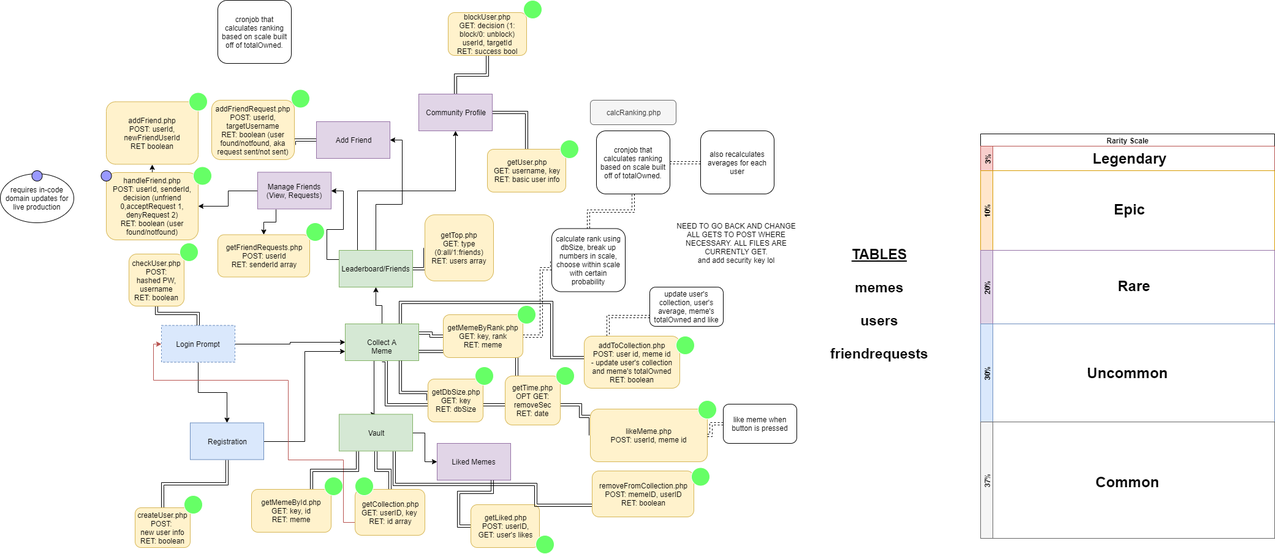
cappycap/CollectMemes keeps this draw.io diagram as graphic.png. Above is the earlier version. Source tidied: cells renumbered, new cells last; positions are measured from the earlier drawing's top-left corner, leaving out a move shared by most shapes.
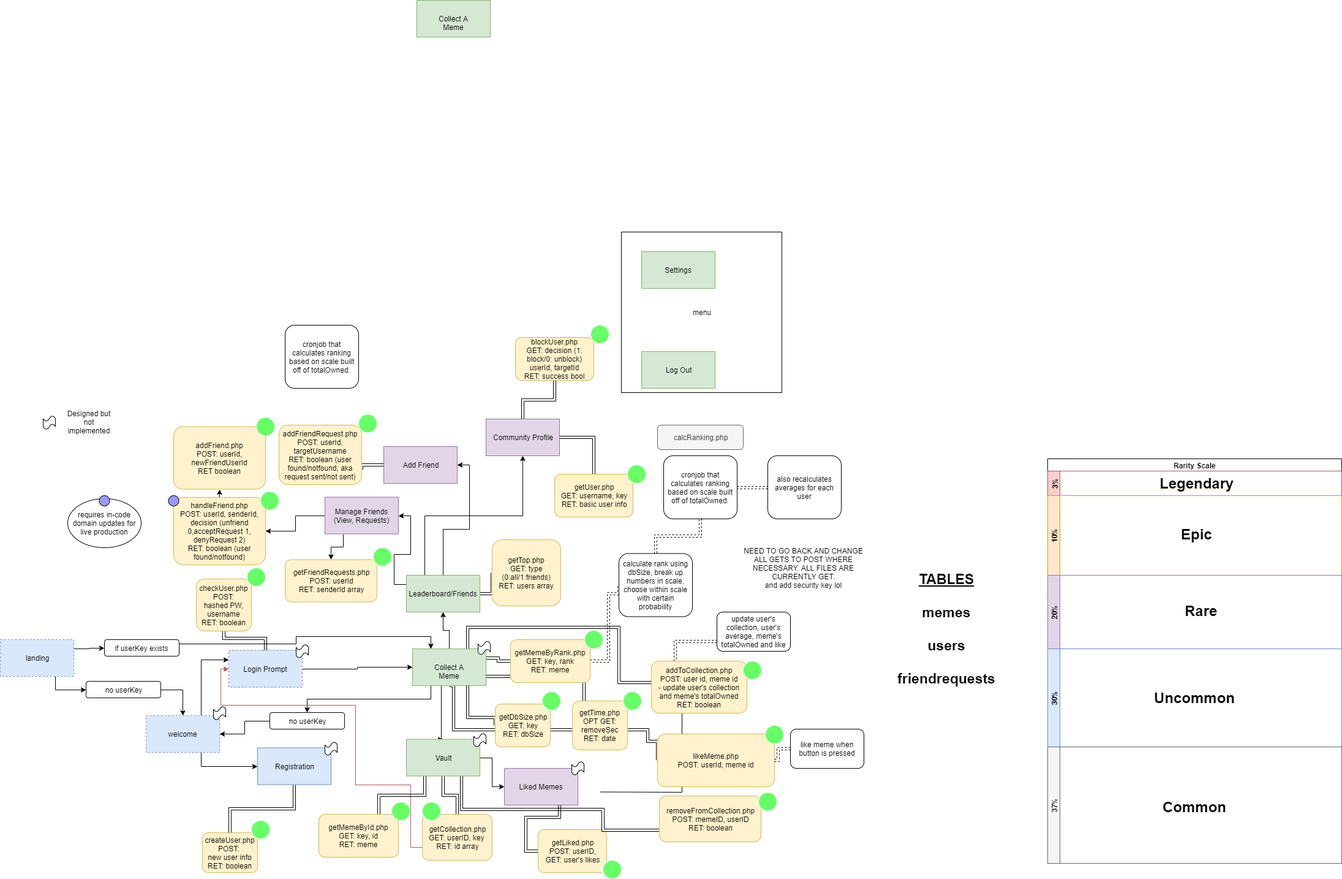
Later version of the same file.

Commit message:
Fixed on both PCs

Diff of the diagram source:
```diff
@@ -2,6 +2,9 @@
   <root>
     <mxCell id="0" />
     <mxCell id="1" parent="0" />
+    <mxCell id="102" value="menu" style="whiteSpace=wrap;html=1;" parent="1" vertex="1">
+      <mxGeometry x="904" y="-152" width="262" height="262" as="geometry" />
+    </mxCell>
     <mxCell id="2" style="edgeStyle=orthogonalEdgeStyle;shape=link;rounded=0;jettySize=auto;html=1;exitX=0;exitY=0.5;exitDx=0;exitDy=0;entryX=0.5;entryY=1;entryDx=0;entryDy=0;" parent="1" edge="1" source="78" target="14">
       <mxGeometry relative="1" as="geometry">
         <Array as="points">
@@ -21,9 +24,6 @@
         </Array>
       </mxGeometry>
     </mxCell>
-    <mxCell id="4" style="edgeStyle=orthogonalEdgeStyle;rounded=0;jettySize=auto;html=1;" parent="1" edge="1" source="7" target="10">
-      <mxGeometry relative="1" as="geometry" />
-    </mxCell>
     <mxCell id="5" style="edgeStyle=orthogonalEdgeStyle;rounded=0;jettySize=auto;html=1;" parent="1" edge="1" source="7" target="14">
       <mxGeometry relative="1" as="geometry" />
     </mxCell>
@@ -33,8 +33,11 @@
     <mxCell id="7" value="Login Prompt" style="rounded=0;whiteSpace=wrap;html=1;fillColor=#dae8fc;strokeColor=#6c8ebf;dashed=1;" parent="1" vertex="1">
       <mxGeometry x="263" y="530.5" width="120" height="60" as="geometry" />
     </mxCell>
-    <mxCell id="8" style="edgeStyle=orthogonalEdgeStyle;rounded=0;jettySize=auto;html=1;entryX=0;entryY=0.75;entryDx=0;entryDy=0;" parent="1" edge="1" source="10" target="14">
-      <mxGeometry relative="1" as="geometry" />
+    <mxCell id="8" style="edgeStyle=orthogonalEdgeStyle;rounded=0;orthogonalLoop=1;jettySize=auto;html=1;entryX=0;entryY=0.75;entryDx=0;entryDy=0;" parent="1" edge="1">
+      <mxGeometry relative="1" as="geometry">
+        <mxPoint x="870" y="761.5" as="sourcePoint" />
+        <mxPoint x="1003" y="614.5" as="targetPoint" />
+      </mxGeometry>
     </mxCell>
     <mxCell id="9" style="edgeStyle=orthogonalEdgeStyle;shape=link;rounded=0;jettySize=auto;html=1;exitX=0.5;exitY=1;exitDx=0;exitDy=0;entryX=0.5;entryY=0;entryDx=0;entryDy=0;" parent="1" edge="1" source="10" target="29">
       <mxGeometry relative="1" as="geometry" />
@@ -56,6 +59,9 @@
     <mxCell id="13" style="edgeStyle=orthogonalEdgeStyle;shape=link;rounded=0;jettySize=auto;html=1;exitX=1;exitY=0.25;exitDx=0;exitDy=0;" parent="1" edge="1" source="14" target="49">
       <mxGeometry relative="1" as="geometry" />
     </mxCell>
+    <mxCell id="103" style="edgeStyle=orthogonalEdgeStyle;rounded=0;jettySize=auto;html=1;exitX=0.25;exitY=1;exitDx=0;exitDy=0;" parent="1" edge="1" source="14" target="126">
+      <mxGeometry relative="1" as="geometry" />
+    </mxCell>
     <mxCell id="14" value="Collect A Meme" style="rounded=0;whiteSpace=wrap;html=1;fillColor=#d5e8d4;strokeColor=#82b366;" parent="1" vertex="1">
       <mxGeometry x="563" y="528" width="120" height="60" as="geometry" />
     </mxCell>
@@ -348,5 +354,81 @@
     <mxCell id="101" style="ellipse;whiteSpace=wrap;html=1;fillColor=#66FF66;strokeColor=#FFFFFF;" parent="1" vertex="1">
       <mxGeometry x="854" width="30" height="30" as="geometry" />
     </mxCell>
+    <mxCell id="104" value="Log Out" style="rounded=0;whiteSpace=wrap;html=1;fillColor=#d5e8d4;strokeColor=#82b366;" parent="1" vertex="1">
+      <mxGeometry x="937" y="43" width="120" height="60" as="geometry" />
+    </mxCell>
+    <mxCell id="105" value="Settings" style="rounded=0;whiteSpace=wrap;html=1;fillColor=#d5e8d4;strokeColor=#82b366;" parent="1" vertex="1">
+      <mxGeometry x="937" y="-120" width="120" height="60" as="geometry" />
+    </mxCell>
+    <mxCell id="106" style="edgeStyle=orthogonalEdgeStyle;rounded=0;jettySize=auto;html=1;exitX=0.75;exitY=0;exitDx=0;exitDy=0;entryX=0;entryY=0.25;entryDx=0;entryDy=0;" parent="1" edge="1" source="108" target="7">
+      <mxGeometry relative="1" as="geometry" />
+    </mxCell>
+    <mxCell id="107" style="edgeStyle=orthogonalEdgeStyle;rounded=0;jettySize=auto;html=1;exitX=0.75;exitY=1;exitDx=0;exitDy=0;" parent="1" edge="1" source="108" target="10">
+      <mxGeometry relative="1" as="geometry" />
+    </mxCell>
+    <mxCell id="108" value="welcome" style="rounded=0;whiteSpace=wrap;html=1;fillColor=#dae8fc;strokeColor=#6c8ebf;dashed=1;" parent="1" vertex="1">
+      <mxGeometry x="128" y="637" width="120" height="60" as="geometry" />
+    </mxCell>
+    <mxCell id="109" style="edgeStyle=orthogonalEdgeStyle;rounded=0;jettySize=auto;html=1;exitX=1;exitY=0.25;exitDx=0;exitDy=0;" parent="1" edge="1" source="111" target="113">
+      <mxGeometry relative="1" as="geometry" />
+    </mxCell>
+    <mxCell id="110" style="edgeStyle=orthogonalEdgeStyle;rounded=0;jettySize=auto;html=1;exitX=0.75;exitY=1;exitDx=0;exitDy=0;entryX=0;entryY=0.5;entryDx=0;entryDy=0;" parent="1" edge="1" source="111" target="115">
+      <mxGeometry relative="1" as="geometry" />
+    </mxCell>
+    <mxCell id="111" value="landing" style="rounded=0;whiteSpace=wrap;html=1;fillColor=#dae8fc;strokeColor=#6c8ebf;dashed=1;" parent="1" vertex="1">
+      <mxGeometry x="-110" y="513" width="120" height="60" as="geometry" />
+    </mxCell>
+    <mxCell id="112" style="edgeStyle=orthogonalEdgeStyle;rounded=0;jettySize=auto;html=1;exitX=1;exitY=0.5;exitDx=0;exitDy=0;entryX=0.25;entryY=0;entryDx=0;entryDy=0;" parent="1" edge="1" source="113" target="14">
+      <mxGeometry relative="1" as="geometry">
+        <Array as="points">
+          <mxPoint x="182" y="520" />
+          <mxPoint x="373" y="520" />
+          <mxPoint x="373" y="508" />
+          <mxPoint x="593" y="508" />
+        </Array>
+      </mxGeometry>
+    </mxCell>
+    <mxCell id="113" value="if userKey exists" style="rounded=1;whiteSpace=wrap;html=1;" parent="1" vertex="1">
+      <mxGeometry x="60" y="513" width="122" height="27" as="geometry" />
+    </mxCell>
+    <mxCell id="114" style="edgeStyle=orthogonalEdgeStyle;rounded=0;jettySize=auto;html=1;exitX=1;exitY=0.5;exitDx=0;exitDy=0;" parent="1" edge="1" source="115" target="108">
+      <mxGeometry relative="1" as="geometry" />
+    </mxCell>
+    <mxCell id="115" value="no userKey" style="rounded=1;whiteSpace=wrap;html=1;" parent="1" vertex="1">
+      <mxGeometry x="30" y="581" width="122" height="27" as="geometry" />
+    </mxCell>
+    <mxCell id="116" style="shape=tape;whiteSpace=wrap;html=1;" parent="1" vertex="1">
+      <mxGeometry x="-40" y="148" width="20" height="22" as="geometry" />
+    </mxCell>
+    <mxCell id="117" value="Designed but not implemented" style="text;html=1;strokeColor=none;fillColor=none;align=center;verticalAlign=middle;whiteSpace=wrap;rounded=0;" parent="1" vertex="1">
+      <mxGeometry x="-10" y="148" width="90" height="20" as="geometry" />
+    </mxCell>
+    <mxCell id="118" style="shape=tape;whiteSpace=wrap;html=1;" parent="1" vertex="1">
+      <mxGeometry x="420" y="680" width="20" height="22" as="geometry" />
+    </mxCell>
+    <mxCell id="119" style="shape=tape;whiteSpace=wrap;html=1;" parent="1" vertex="1">
+      <mxGeometry x="373" y="521" width="20" height="22" as="geometry" />
+    </mxCell>
+    <mxCell id="120" style="shape=tape;whiteSpace=wrap;html=1;" parent="1" vertex="1">
+      <mxGeometry x="670" y="515.5" width="20" height="22" as="geometry" />
+    </mxCell>
+    <mxCell id="121" style="shape=tape;whiteSpace=wrap;html=1;" parent="1" vertex="1">
+      <mxGeometry x="238" y="622" width="20" height="22" as="geometry" />
+    </mxCell>
+    <mxCell id="122" style="shape=tape;whiteSpace=wrap;html=1;" parent="1" vertex="1">
+      <mxGeometry x="663" y="666" width="20" height="22" as="geometry" />
+    </mxCell>
+    <mxCell id="123" style="shape=tape;whiteSpace=wrap;html=1;" parent="1" vertex="1">
+      <mxGeometry x="823" y="712" width="20" height="22" as="geometry" />
+    </mxCell>
+    <mxCell id="124" value="Collect A Meme" style="rounded=0;whiteSpace=wrap;html=1;fillColor=#d5e8d4;strokeColor=#82b366;" parent="1" vertex="1">
+      <mxGeometry x="570" y="-530" width="120" height="60" as="geometry" />
+    </mxCell>
+    <mxCell id="125" style="edgeStyle=orthogonalEdgeStyle;rounded=0;jettySize=auto;html=1;exitX=0;exitY=0.5;exitDx=0;exitDy=0;" parent="1" edge="1" source="126" target="108">
+      <mxGeometry relative="1" as="geometry" />
+    </mxCell>
+    <mxCell id="126" value="no userKey" style="rounded=1;whiteSpace=wrap;html=1;" parent="1" vertex="1">
+      <mxGeometry x="330" y="632" width="122" height="27" as="geometry" />
+    </mxCell>
   </root>
 </mxGraphModel>
```
